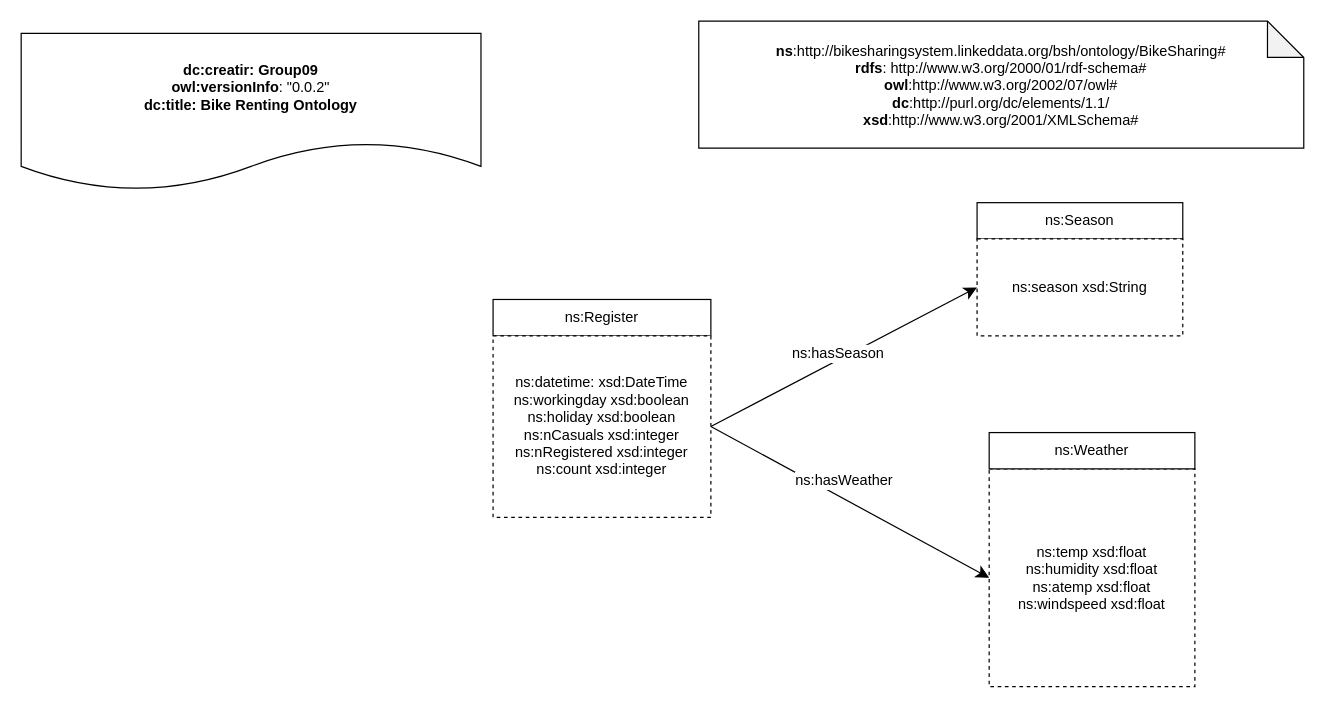
Above: HandsOn/Group09/ontology/ONTOLOGY.drawio.xml in FacultadInformatica-LinkedData/Curso2023-2024-ODKG (draw.io), before the change. Source tidied: cells renumbered, new cells numbered last; positions are measured from the earlier drawing's top-left corner, leaving out a move shared by most shapes. Both pictures are drawn from the tidied source at 121%, with x=0, y=0 at pixel (21, 21).
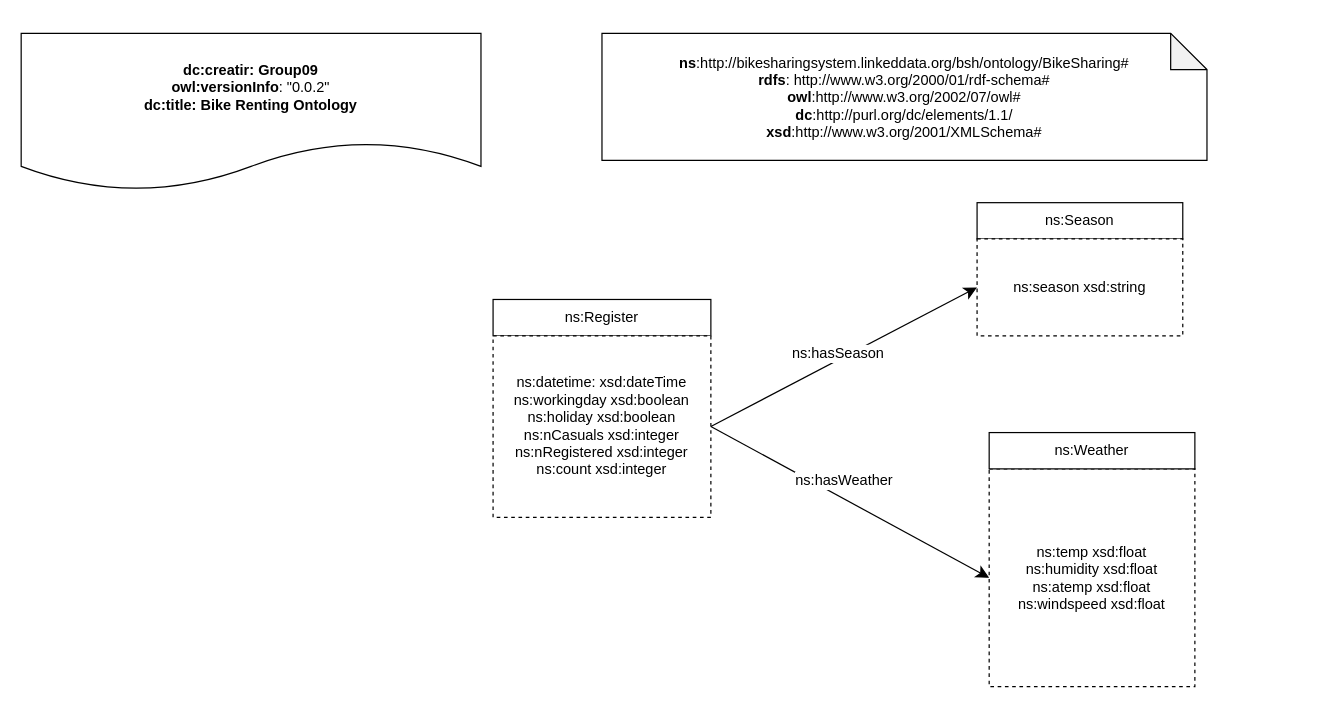
Above is the later version.

Commit message:
The ontology diagram

What changed in the source:
```diff
@@
 <mxGraphModel>
   <root>
     <mxCell id="0" />
     <mxCell id="1" parent="0" />
     <mxCell id="2" value="&lt;div&gt;&lt;b&gt;dc:creatir: Group09&lt;/b&gt;&lt;/div&gt;&lt;div&gt;&lt;b&gt;owl:versionInfo&lt;/b&gt;: &quot;0.0.2&quot;&lt;br&gt;&lt;/div&gt;&lt;div&gt;&lt;b&gt;dc:title: Bike Renting Ontology&lt;/b&gt;&lt;/div&gt;" style="shape=document;whiteSpace=wrap;html=1;boundedLbl=1;labelBackgroundColor=#ffffff;strokeColor=#000000;fontSize=12;fontColor=#000000;size=0.3076923076923077;" parent="1" vertex="1">
       <mxGeometry y="10" width="380" height="130" as="geometry" />
     </mxCell>
     <mxCell id="3" value="&lt;div&gt;&lt;b&gt;ns&lt;/b&gt;:http://bikesharingsystem.linkeddata.org/bsh/ontology/BikeSharing#&lt;/div&gt;&lt;div&gt;&lt;b&gt;rdfs&lt;/b&gt;:&amp;nbsp;http://www.w3.org/2000/01/rdf-schema#&lt;/div&gt;&lt;div&gt;&lt;b&gt;owl&lt;/b&gt;:http://www.w3.org/2002/07/owl#&lt;/div&gt;&lt;div&gt;&lt;b&gt;dc&lt;/b&gt;:http://purl.org/dc/elements/1.1/&lt;/div&gt;&lt;div&gt;&lt;b&gt;xsd&lt;/b&gt;:http://www.w3.org/2001/XMLSchema#&lt;/div&gt;" style="shape=note;whiteSpace=wrap;html=1;backgroundOutline=1;darkOpacity=0.05;" parent="1" vertex="1">
-      <mxGeometry x="560" width="500" height="105" as="geometry" />
+      <mxGeometry x="480" y="10" width="500" height="105" as="geometry" />
     </mxCell>
     <mxCell id="4" value="ns:Register" style="rounded=0;whiteSpace=wrap;html=1;" parent="1" vertex="1">
       <mxGeometry x="390" y="230" width="180" height="30" as="geometry" />
     </mxCell>
     <mxCell id="5" value="ns:Season" style="rounded=0;whiteSpace=wrap;html=1;" parent="1" vertex="1">
       <mxGeometry x="790" y="150" width="170" height="30" as="geometry" />
     </mxCell>
-    <mxCell id="6" value="ns:datetime: xsd:DateTime&lt;br&gt;ns:workingday xsd:boolean&lt;br&gt;ns:holiday xsd:boolean&lt;br&gt;ns:nCasuals xsd:integer&lt;br&gt;ns:nRegistered xsd:integer&lt;br&gt;ns:count xsd:integer" style="rounded=0;whiteSpace=wrap;html=1;snapToPoint=1;points=[[0.1,0],[0.2,0],[0.3,0],[0.4,0],[0.5,0],[0.6,0],[0.7,0],[0.8,0],[0.9,0],[0,0.1],[0,0.3],[0,0.5],[0,0.7],[0,0.9],[0.1,1],[0.2,1],[0.3,1],[0.4,1],[0.5,1],[0.6,1],[0.7,1],[0.8,1],[0.9,1],[1,0.1],[1,0.3],[1,0.5],[1,0.7],[1,0.9]];dashed=1;" parent="1" vertex="1">
+    <mxCell id="6" value="ns:datetime: xsd:dateTime&lt;br&gt;ns:workingday xsd:boolean&lt;br&gt;ns:holiday xsd:boolean&lt;br&gt;ns:nCasuals xsd:integer&lt;br&gt;ns:nRegistered xsd:integer&lt;br&gt;ns:count xsd:integer" style="rounded=0;whiteSpace=wrap;html=1;snapToPoint=1;points=[[0.1,0],[0.2,0],[0.3,0],[0.4,0],[0.5,0],[0.6,0],[0.7,0],[0.8,0],[0.9,0],[0,0.1],[0,0.3],[0,0.5],[0,0.7],[0,0.9],[0.1,1],[0.2,1],[0.3,1],[0.4,1],[0.5,1],[0.6,1],[0.7,1],[0.8,1],[0.9,1],[1,0.1],[1,0.3],[1,0.5],[1,0.7],[1,0.9]];dashed=1;" parent="1" vertex="1">
       <mxGeometry x="390" y="260" width="180" height="150" as="geometry" />
     </mxCell>
     <mxCell id="7" value="ns:temp xsd:float&lt;br&gt;ns:humidity xsd:float&lt;br&gt;ns:atemp xsd:float&lt;br&gt;ns:windspeed xsd:float" style="rounded=0;whiteSpace=wrap;html=1;snapToPoint=1;points=[[0.1,0],[0.2,0],[0.3,0],[0.4,0],[0.5,0],[0.6,0],[0.7,0],[0.8,0],[0.9,0],[0,0.1],[0,0.3],[0,0.5],[0,0.7],[0,0.9],[0.1,1],[0.2,1],[0.3,1],[0.4,1],[0.5,1],[0.6,1],[0.7,1],[0.8,1],[0.9,1],[1,0.1],[1,0.3],[1,0.5],[1,0.7],[1,0.9]];dashed=1;" parent="1" vertex="1">
       <mxGeometry x="800" y="370" width="170" height="180" as="geometry" />
     </mxCell>
     <mxCell id="8" value="ns:Weather" style="rounded=0;whiteSpace=wrap;html=1;" parent="1" vertex="1">
       <mxGeometry x="800" y="340" width="170" height="30" as="geometry" />
     </mxCell>
-    <mxCell id="9" value="ns:season xsd:String" style="rounded=0;whiteSpace=wrap;html=1;snapToPoint=1;points=[[0.1,0],[0.2,0],[0.3,0],[0.4,0],[0.5,0],[0.6,0],[0.7,0],[0.8,0],[0.9,0],[0,0.1],[0,0.3],[0,0.5],[0,0.7],[0,0.9],[0.1,1],[0.2,1],[0.3,1],[0.4,1],[0.5,1],[0.6,1],[0.7,1],[0.8,1],[0.9,1],[1,0.1],[1,0.3],[1,0.5],[1,0.7],[1,0.9]];dashed=1;" parent="1" vertex="1">
+    <mxCell id="9" value="ns:season xsd:string" style="rounded=0;whiteSpace=wrap;html=1;snapToPoint=1;points=[[0.1,0],[0.2,0],[0.3,0],[0.4,0],[0.5,0],[0.6,0],[0.7,0],[0.8,0],[0.9,0],[0,0.1],[0,0.3],[0,0.5],[0,0.7],[0,0.9],[0.1,1],[0.2,1],[0.3,1],[0.4,1],[0.5,1],[0.6,1],[0.7,1],[0.8,1],[0.9,1],[1,0.1],[1,0.3],[1,0.5],[1,0.7],[1,0.9]];dashed=1;" parent="1" vertex="1">
       <mxGeometry x="790" y="180" width="170" height="80" as="geometry" />
     </mxCell>
     <mxCell id="10" style="endArrow=classic;html=1;exitX=1;exitY=0.5;exitDx=0;exitDy=0;entryX=0;entryY=0.5;entryDx=0;entryDy=0;endSize=8;rounded=0;" parent="1" edge="1" source="6" target="9">
       <mxGeometry relative="1" as="geometry" />
     </mxCell>
     <mxCell id="11" value="&lt;div&gt;ns:hasSeason&lt;/div&gt;" style="text;html=1;align=center;verticalAlign=middle;labelBackgroundColor=#ffffff;" parent="10" vertex="1">
       <mxGeometry x="-0.13" relative="1" as="geometry">
         <mxPoint x="9" y="-10" as="offset" />
       </mxGeometry>
     </mxCell>
     <mxCell id="12" style="endArrow=classic;html=1;exitX=1;exitY=0.5;exitDx=0;exitDy=0;entryX=0;entryY=0.5;entryDx=0;entryDy=0;endSize=8;rounded=0;" parent="1" edge="1" source="6" target="7">
       <mxGeometry relative="1" as="geometry" />
     </mxCell>
     <mxCell id="13" value="&lt;div&gt;ns:hasWeather&lt;/div&gt;" style="text;html=1;align=center;verticalAlign=middle;labelBackgroundColor=#ffffff;" parent="12" vertex="1">
       <mxGeometry x="-0.13" relative="1" as="geometry">
         <mxPoint x="9" y="-10" as="offset" />
       </mxGeometry>
     </mxCell>
   </root>
 </mxGraphModel>
```
